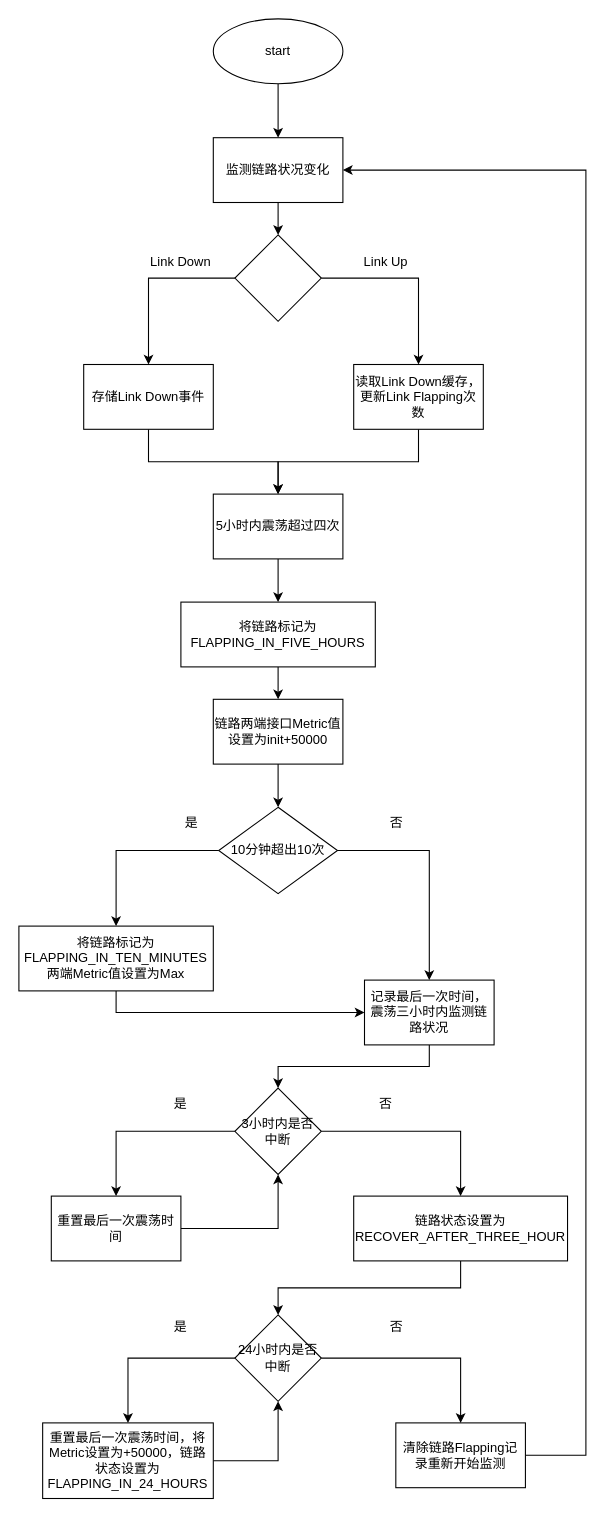
The draw.io diagram Metric modify.drawio in Wuyuechen/flowsheet, before the edit. Source tidied: cells renumbered, new cells numbered last; positions are measured from the earlier drawing's top-left corner, leaving out a move shared by most shapes. Both pictures are drawn from the tidied source at 108%, with x=0, y=0 at pixel (18, 18).
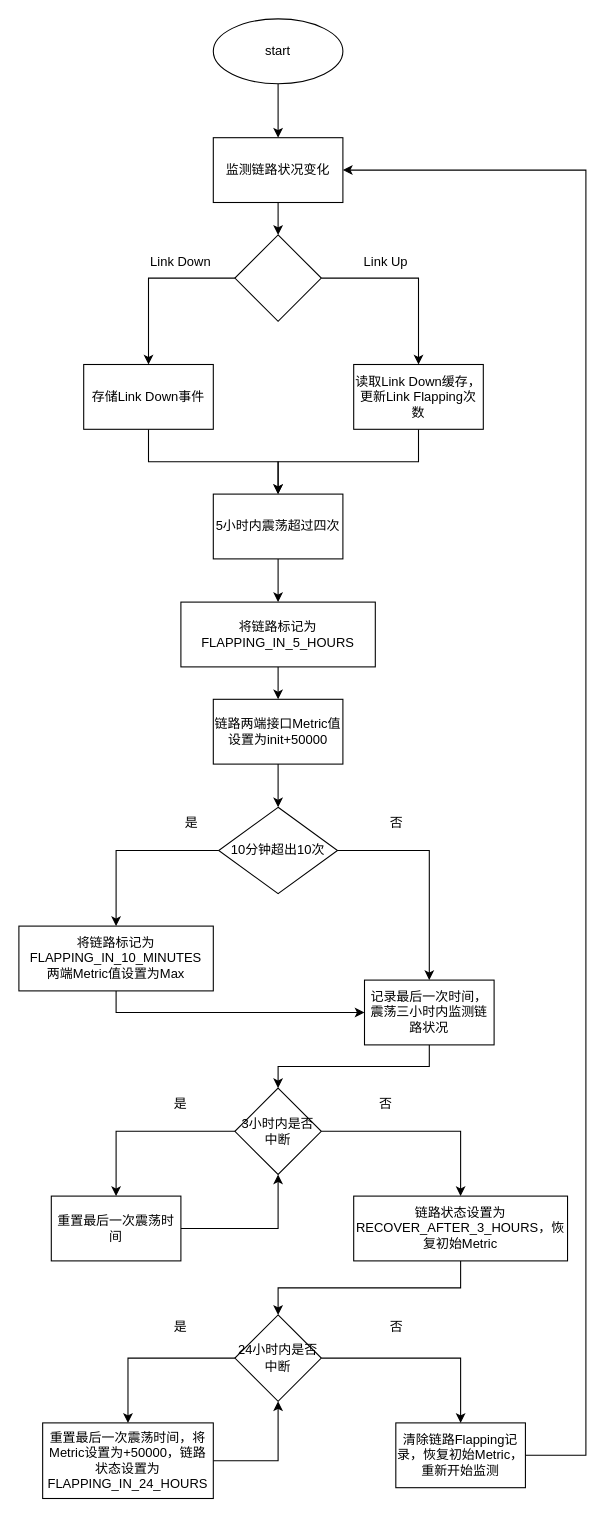
The same page after the edit.

Diff of the diagram source:
```diff
@@
-    <mxCell id="18" value="将链路标记为FLAPPING_IN_FIVE_HOURS" style="rounded=0;whiteSpace=wrap;html=1;" parent="1" vertex="1">
+    <mxCell id="18" value="将链路标记为FLAPPING_IN_5_HOURS" style="rounded=0;whiteSpace=wrap;html=1;" parent="1" vertex="1">
       <mxGeometry x="150" y="540" width="180" height="60" as="geometry" />
     </mxCell>
@@
-    <mxCell id="25" value="将链路标记为FLAPPING_IN_TEN_MINUTES&lt;br&gt;两端Metric值设置为Max" style="whiteSpace=wrap;html=1;rounded=0;" parent="1" vertex="1">
+    <mxCell id="25" value="将链路标记为FLAPPING_IN_10_MINUTES&lt;br&gt;两端Metric值设置为Max" style="whiteSpace=wrap;html=1;rounded=0;" parent="1" vertex="1">
       <mxGeometry y="840" width="180" height="60" as="geometry" />
     </mxCell>
@@
-    <mxCell id="36" value="链路状态设置为RECOVER_AFTER_THREE_HOUR" style="rounded=0;whiteSpace=wrap;html=1;" parent="1" vertex="1">
+    <mxCell id="36" value="链路状态设置为RECOVER_AFTER_3_HOURS，恢复初始Metric" style="rounded=0;whiteSpace=wrap;html=1;" parent="1" vertex="1">
       <mxGeometry x="310" y="1090" width="198" height="60" as="geometry" />
     </mxCell>
@@
-    <mxCell id="46" value="清除链路Flapping记录重新开始监测" style="rounded=0;whiteSpace=wrap;html=1;" parent="1" vertex="1">
+    <mxCell id="46" value="清除链路Flapping记录，恢复初始Metric，重新开始监测" style="rounded=0;whiteSpace=wrap;html=1;" parent="1" vertex="1">
       <mxGeometry x="349" y="1300" width="120" height="60" as="geometry" />
     </mxCell>
```
